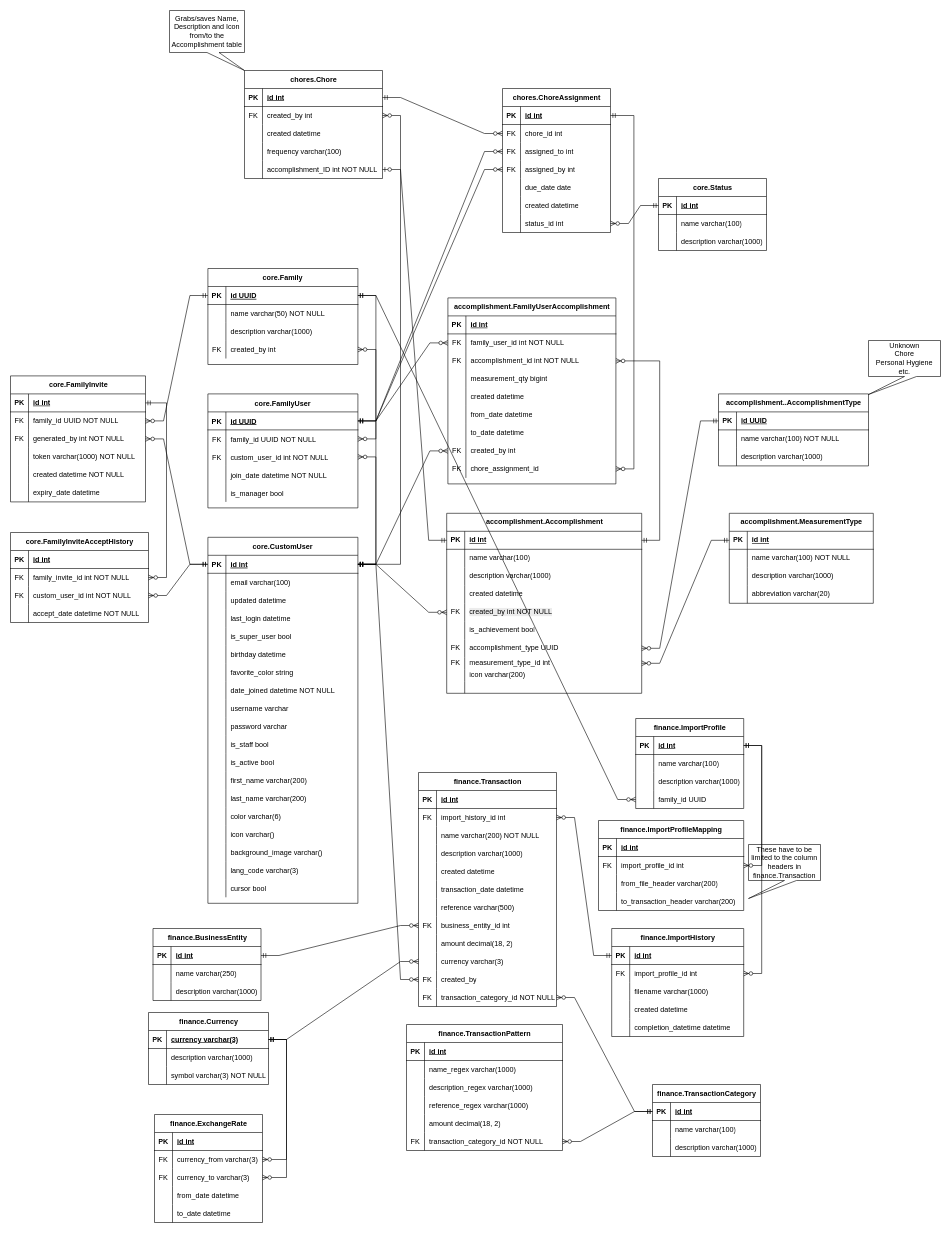
Earlier version of the draw.io diagram documentation/erds/FamilyThingsERD.drawio (WimpieRatte/FamilyThings). Source tidied: cells renumbered, new cells numbered last; positions are measured from the earlier drawing's top-left corner, leaving out a move shared by most shapes. Both pictures are drawn from the tidied source at 60%, with x=0, y=0 at pixel (10, 10).
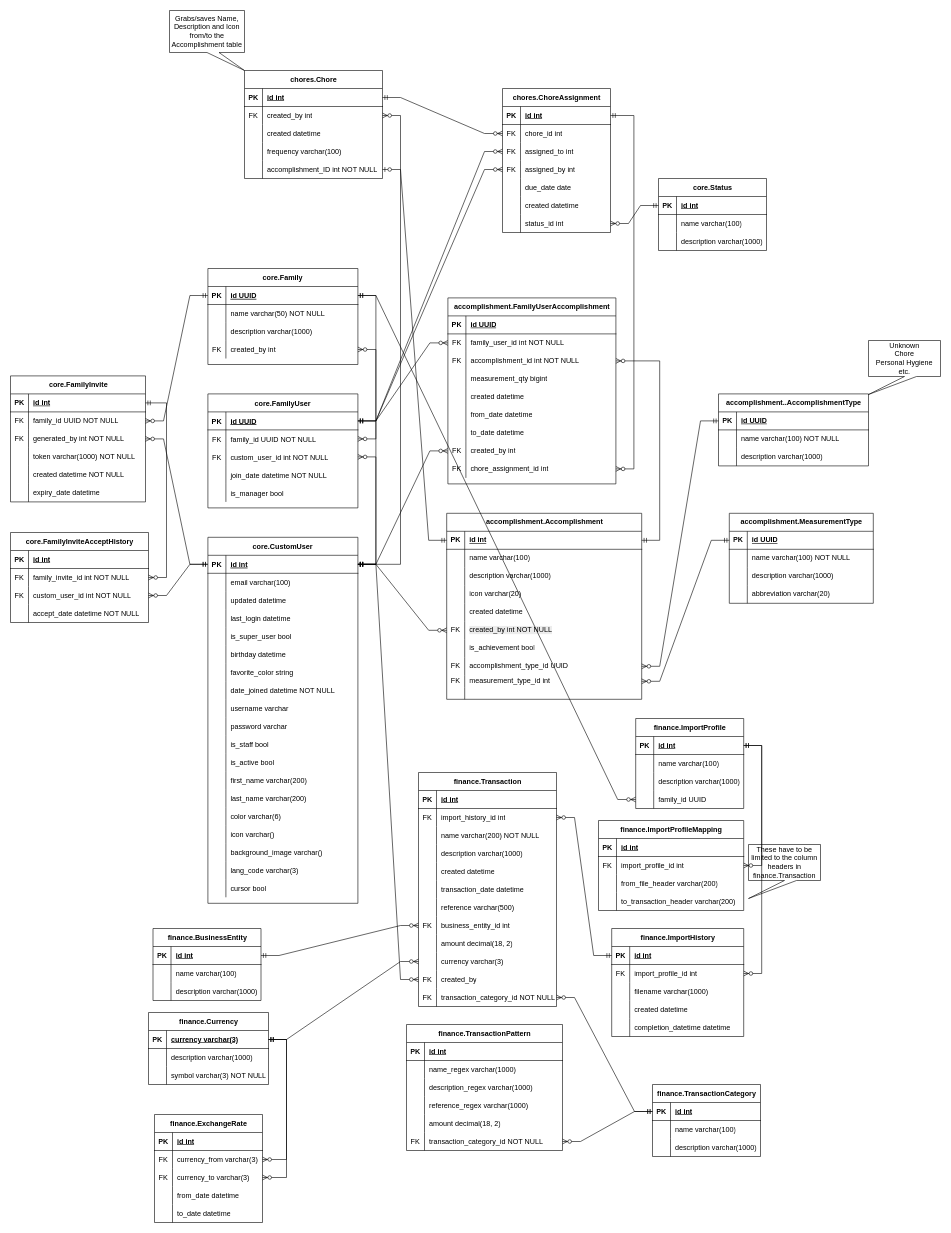
After the change.

The change refers to these unchanged cells:
```xml
<mxCell id="77" style="shape=tableRow;horizontal=0;startSize=0;swimlaneHead=0;swimlaneBody=0;fillColor=none;top=0;left=0;right=0;bottom=1;" parent="76" vertex="1">
  <mxGeometry y="30" width="280" height="30" as="geometry" />
</mxCell>
<mxCell id="101" style="shape=tableRow;horizontal=0;startSize=0;swimlaneHead=0;swimlaneBody=0;fillColor=none;points=[[0,0.5],[1,0.5]];portConstraint=eastwest;top=0;left=0;right=0;bottom=0;" parent="76" vertex="1">
  <mxGeometry y="270" width="280" height="30" as="geometry" />
</mxCell>
<mxCell id="146" style="shape=tableRow;horizontal=0;startSize=0;swimlaneHead=0;swimlaneBody=0;fillColor=none;points=[[0,0.5],[1,0.5]];portConstraint=eastwest;top=0;left=0;right=0;bottom=1;" parent="145" vertex="1">
  <mxGeometry y="30" width="240" height="30" as="geometry" />
</mxCell>
<mxCell id="221" style="shape=tableRow;horizontal=0;startSize=0;swimlaneHead=0;swimlaneBody=0;fillColor=none;top=0;left=0;right=0;bottom=0;" parent="217" vertex="1">
  <mxGeometry y="60" width="180" height="30" as="geometry" />
</mxCell>
```

The edit, as a diff of the source:
```diff
@@
-    <mxCell id="79" value="&lt;span style=&quot;text-wrap: nowrap;&quot;&gt;id int&lt;/span&gt;" style="shape=partialRectangle;fillColor=none;top=0;left=0;bottom=0;right=0;align=left;spacingLeft=6;fontStyle=5;overflow=hidden;whiteSpace=wrap;html=1;" parent="77" vertex="1">
+    <mxCell id="79" value="&lt;span style=&quot;text-wrap: nowrap;&quot;&gt;id UUID&lt;/span&gt;" style="shape=partialRectangle;fillColor=none;top=0;left=0;bottom=0;right=0;align=left;spacingLeft=6;fontStyle=5;overflow=hidden;whiteSpace=wrap;html=1;" parent="77" vertex="1">
       <mxGeometry x="30" width="250" height="30" as="geometry" />
     </mxCell>
@@
-    <mxCell id="103" value="chore_assignment_id" style="shape=partialRectangle;fillColor=none;top=0;left=0;bottom=0;right=0;align=left;spacingLeft=6;overflow=hidden;whiteSpace=wrap;html=1;" parent="101" vertex="1">
+    <mxCell id="103" value="chore_assignment_id int" style="shape=partialRectangle;fillColor=none;top=0;left=0;bottom=0;right=0;align=left;spacingLeft=6;overflow=hidden;whiteSpace=wrap;html=1;" parent="101" vertex="1">
       <mxGeometry x="30" width="250" height="30" as="geometry" />
     </mxCell>
     <mxCell id="104" value="accomplishment.Accomplishment" style="shape=table;startSize=30;childLayout=tableLayout;rowLines=0;fontStyle=1;align=center;html=1;" parent="1" vertex="1">
-      <mxGeometry x="727" y="838" width="325" height="300" as="geometry" />
+      <mxGeometry x="727" y="838" width="325" height="310" as="geometry" />
     </mxCell>
@@
+    <mxCell id="429" style="shape=tableRow;horizontal=0;startSize=0;swimlaneHead=0;swimlaneBody=0;fillColor=none;top=0;left=0;right=0;bottom=0;" parent="104" vertex="1">
+      <mxGeometry y="120" width="325" height="30" as="geometry" />
+    </mxCell>
+    <mxCell id="430" style="shape=partialRectangle;fillColor=none;top=0;left=0;bottom=0;right=0;overflow=hidden;whiteSpace=wrap;html=1;" parent="429" vertex="1">
+      <mxGeometry width="30" height="30" as="geometry" />
+    </mxCell>
+    <mxCell id="431" value="icon varchar(20)" style="shape=partialRectangle;fillColor=none;top=0;left=0;bottom=0;right=0;align=left;spacingLeft=6;overflow=hidden;whiteSpace=wrap;html=1;" parent="429" vertex="1">
+      <mxGeometry x="30" width="295" height="30" as="geometry" />
+    </mxCell>
     <mxCell id="114" style="shape=tableRow;horizontal=0;startSize=0;swimlaneHead=0;swimlaneBody=0;fillColor=none;top=0;left=0;right=0;bottom=0;" parent="104" vertex="1">
-      <mxGeometry y="120" width="325" height="30" as="geometry" />
+      <mxGeometry y="150" width="325" height="30" as="geometry" />
     </mxCell>
@@
     <mxCell id="117" style="shape=tableRow;horizontal=0;startSize=0;swimlaneHead=0;swimlaneBody=0;fillColor=none;points=[[0,0.5],[1,0.5]];portConstraint=eastwest;top=0;left=0;right=0;bottom=0;" parent="104" vertex="1">
-      <mxGeometry y="150" width="325" height="30" as="geometry" />
+      <mxGeometry y="180" width="325" height="30" as="geometry" />
     </mxCell>
@@
     <mxCell id="120" style="shape=tableRow;horizontal=0;startSize=0;swimlaneHead=0;swimlaneBody=0;fillColor=none;top=0;left=0;right=0;bottom=0;" parent="104" vertex="1">
-      <mxGeometry y="180" width="325" height="30" as="geometry" />
+      <mxGeometry y="210" width="325" height="30" as="geometry" />
     </mxCell>
@@
     <mxCell id="123" style="shape=tableRow;horizontal=0;startSize=0;swimlaneHead=0;swimlaneBody=0;fillColor=none;points=[[0,0.5],[1,0.5]];portConstraint=eastwest;top=0;left=0;right=0;bottom=0;" parent="104" vertex="1">
-      <mxGeometry y="210" width="325" height="30" as="geometry" />
+      <mxGeometry y="240" width="325" height="30" as="geometry" />
     </mxCell>
@@
-    <mxCell id="125" value="accomplishment_type UUID" style="shape=partialRectangle;fillColor=none;top=0;left=0;bottom=0;right=0;align=left;spacingLeft=6;overflow=hidden;whiteSpace=wrap;html=1;" parent="123" vertex="1">
+    <mxCell id="125" value="accomplishment_type_id UUID" style="shape=partialRectangle;fillColor=none;top=0;left=0;bottom=0;right=0;align=left;spacingLeft=6;overflow=hidden;whiteSpace=wrap;html=1;" parent="123" vertex="1">
       <mxGeometry x="30" width="295" height="30" as="geometry" />
     </mxCell>
     <mxCell id="126" style="shape=tableRow;horizontal=0;startSize=0;swimlaneHead=0;swimlaneBody=0;fillColor=none;points=[[0,0.5],[1,0.5]];portConstraint=eastwest;top=0;left=0;right=0;bottom=0;" parent="104" vertex="1">
-      <mxGeometry y="240" width="325" height="20" as="geometry" />
+      <mxGeometry y="270" width="325" height="20" as="geometry" />
     </mxCell>
@@
-    <mxCell id="129" style="shape=tableRow;horizontal=0;startSize=0;swimlaneHead=0;swimlaneBody=0;fillColor=none;top=0;left=0;right=0;bottom=0;" parent="104" vertex="1">
-      <mxGeometry y="260" width="325" height="20" as="geometry" />
-    </mxCell>
-    <mxCell id="130" style="shape=partialRectangle;fillColor=none;top=0;left=0;bottom=0;right=0;overflow=hidden;whiteSpace=wrap;html=1;" parent="129" vertex="1">
-      <mxGeometry width="30" height="20" as="geometry" />
-    </mxCell>
-    <mxCell id="131" value="icon varchar(200)" style="shape=partialRectangle;fillColor=none;top=0;left=0;bottom=0;right=0;align=left;spacingLeft=6;overflow=hidden;whiteSpace=wrap;html=1;" parent="129" vertex="1">
-      <mxGeometry x="30" width="295" height="20" as="geometry" />
-    </mxCell>
     <mxCell id="132" style="shape=tableRow;horizontal=0;startSize=0;swimlaneHead=0;swimlaneBody=0;fillColor=none;top=0;left=0;right=0;bottom=0;" parent="104" vertex="1">
-      <mxGeometry y="280" width="325" height="20" as="geometry" />
+      <mxGeometry y="290" width="325" height="20" as="geometry" />
     </mxCell>
@@
-    <mxCell id="148" value="&lt;span style=&quot;text-wrap: nowrap;&quot;&gt;id int&lt;/span&gt;" style="shape=partialRectangle;fillColor=none;top=0;left=0;bottom=0;right=0;align=left;spacingLeft=6;fontStyle=5;overflow=hidden;whiteSpace=wrap;html=1;" parent="146" vertex="1">
+    <mxCell id="148" value="&lt;span style=&quot;text-wrap: nowrap;&quot;&gt;id UUID&lt;/span&gt;" style="shape=partialRectangle;fillColor=none;top=0;left=0;bottom=0;right=0;align=left;spacingLeft=6;fontStyle=5;overflow=hidden;whiteSpace=wrap;html=1;" parent="146" vertex="1">
       <mxGeometry x="30" width="210" height="30" as="geometry" />
     </mxCell>
@@
-    <mxCell id="223" value="name varchar(250)" style="shape=partialRectangle;fillColor=none;top=0;left=0;bottom=0;right=0;align=left;spacingLeft=6;overflow=hidden;whiteSpace=wrap;html=1;" parent="221" vertex="1">
+    <mxCell id="223" value="name varchar(100)" style="shape=partialRectangle;fillColor=none;top=0;left=0;bottom=0;right=0;align=left;spacingLeft=6;overflow=hidden;whiteSpace=wrap;html=1;" parent="221" vertex="1">
       <mxGeometry x="30" width="150" height="30" as="geometry" />
     </mxCell>
```
